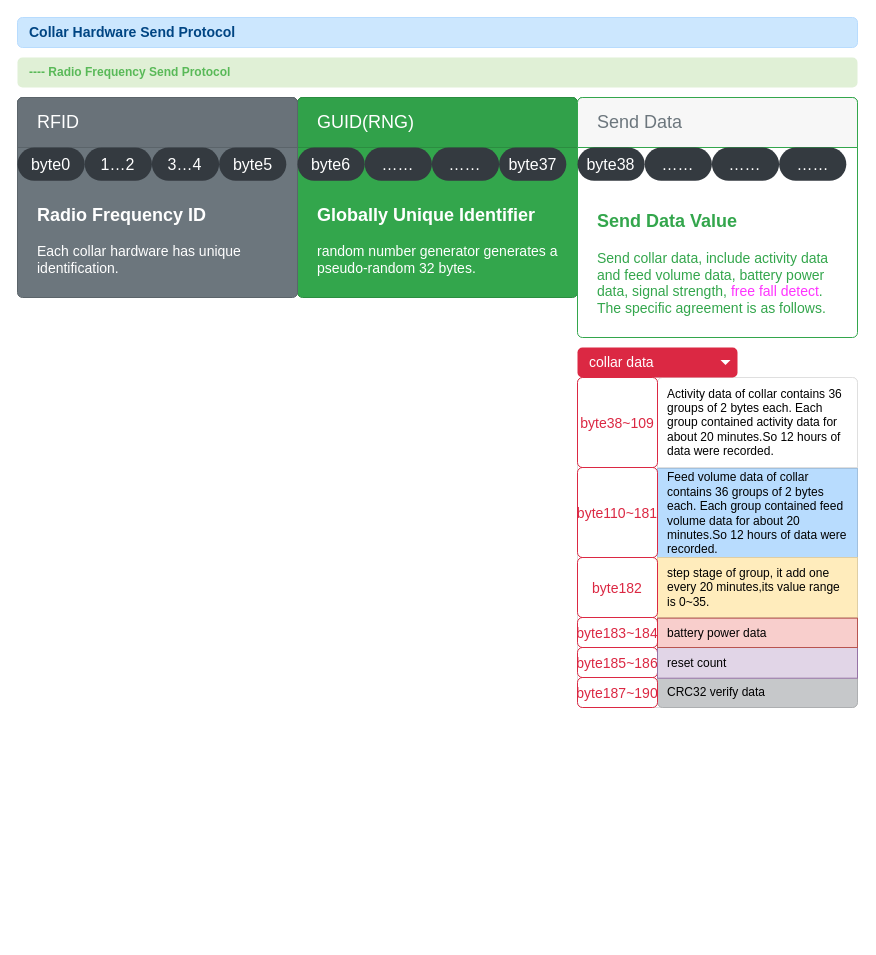
The draw.io diagram page "Collar Hardware Send Protocol" (3 of 5) of Doc/Hardware Protocol.drawio in phoenix9668/Collector, before the edit. Source tidied: cells renumbered, new cells numbered last; positions are measured from the earlier drawing's top-left corner, leaving out a move shared by most shapes. Both pictures are drawn from the tidied source at 100%, with x=0, y=0 at pixel (17, 17).
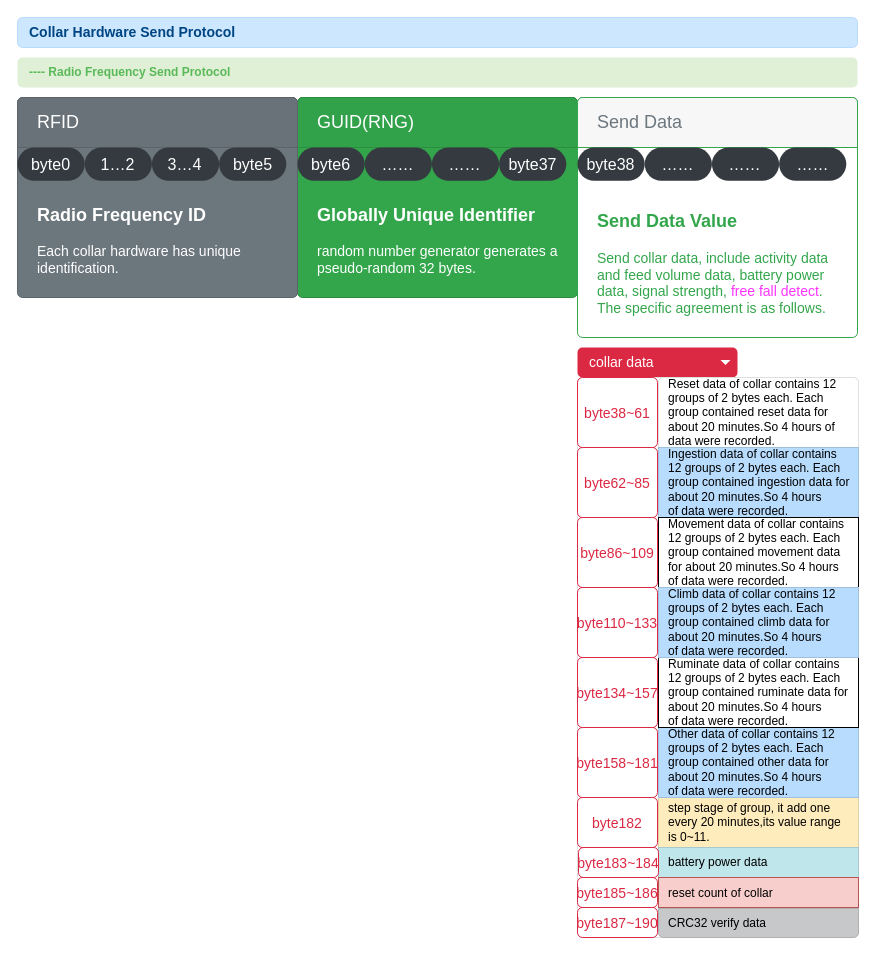
Above is the later version.

The edit, as a diff of the source:
```diff
@@
-    <mxCell id="21" style="html=1;shadow=0;dashed=0;shape=mxgraph.bootstrap.rrect;rSize=5;strokeColor=#DFDFDF;html=1;whiteSpace=wrap;fillColor=#FFFFFF;fontColor=#000000;" parent="1" vertex="1">
-      <mxGeometry x="560" y="360" width="280" height="330" as="geometry" />
-    </mxCell>
-    <mxCell id="22" value="Activity data&amp;nbsp;of collar contains 36 groups of 2 bytes each.&amp;nbsp;Each group contained activity data for about 20 minutes.So 12 hours of&amp;nbsp; data were recorded." style="strokeColor=inherit;fillColor=inherit;gradientColor=inherit;fontColor=inherit;html=1;shadow=0;dashed=0;shape=mxgraph.bootstrap.topButton;rSize=5;perimeter=none;whiteSpace=wrap;align=left;spacing=10;" parent="21" vertex="1">
-      <mxGeometry width="200" height="90" relative="1" as="geometry">
-        <mxPoint x="80" as="offset" />
-      </mxGeometry>
-    </mxCell>
-    <mxCell id="23" value="&lt;font color=&quot;#000000&quot;&gt;Feed volume&amp;nbsp;data&amp;nbsp;of collar contains 36 groups of 2 bytes each.&amp;nbsp;Each group contained&amp;nbsp;feed volume&amp;nbsp;data for about 20 minutes.So 12 hours of&amp;nbsp;data were recorded.&lt;/font&gt;" style="html=1;fillColor=#B8DCFE;strokeColor=#A1C0DE;fontColor=#004583;shadow=0;dashed=0;perimeter=none;whiteSpace=wrap;align=left;spacing=10;" parent="21" vertex="1">
-      <mxGeometry width="200" height="90" relative="1" as="geometry">
-        <mxPoint x="80" y="91" as="offset" />
-      </mxGeometry>
-    </mxCell>
-    <mxCell id="24" value="&lt;font color=&quot;#000000&quot;&gt;step stage of group, it add one every 20 minutes,its value range is 0~35.&lt;/font&gt;" style="html=1;fillColor=#FFECBC;strokeColor=#DFCEA4;fontColor=#856110;shadow=0;dashed=0;perimeter=none;whiteSpace=wrap;align=left;spacing=10;" parent="21" vertex="1">
-      <mxGeometry width="200" height="60" relative="1" as="geometry">
-        <mxPoint x="80" y="180" as="offset" />
-      </mxGeometry>
-    </mxCell>
-    <mxCell id="25" value="&lt;span style=&quot;color: rgb(0 , 0 , 0)&quot;&gt;CRC32 verify data&lt;/span&gt;" style="html=1;shadow=0;dashed=0;shape=mxgraph.bootstrap.bottomButton;fillColor=#C6C8CA;strokeColor=#ADAFB1;fontColor=#1B1E21;rSize=5;perimeter=none;whiteSpace=wrap;align=left;spacing=10;" parent="21" vertex="1">
-      <mxGeometry y="1" width="200" height="30" relative="1" as="geometry">
-        <mxPoint x="80" y="-30" as="offset" />
-      </mxGeometry>
-    </mxCell>
-    <mxCell id="26" value="&lt;font style=&quot;font-size: 14px&quot; color=&quot;#db2843&quot;&gt;byte38~109&lt;/font&gt;" style="html=1;shadow=0;dashed=0;shape=mxgraph.bootstrap.rrect;rSize=5;strokeColor=#DB2843;strokeWidth=1;fillColor=none;fontColor=#33A64C;whiteSpace=wrap;align=center;verticalAlign=middle;spacingLeft=0;fontStyle=0;fontSize=16;spacing=5;" parent="21" vertex="1">
-      <mxGeometry width="80" height="90" as="geometry" />
-    </mxCell>
-    <mxCell id="27" value="&lt;span style=&quot;color: rgb(219 , 40 , 67) ; font-size: 14px&quot;&gt;byte182&lt;/span&gt;" style="html=1;shadow=0;dashed=0;shape=mxgraph.bootstrap.rrect;rSize=5;strokeColor=#DB2843;strokeWidth=1;fillColor=none;fontColor=#33A64C;whiteSpace=wrap;align=center;verticalAlign=middle;spacingLeft=0;fontStyle=0;fontSize=16;spacing=5;" parent="21" vertex="1">
-      <mxGeometry y="180" width="80" height="60" as="geometry" />
-    </mxCell>
-    <mxCell id="28" value="&lt;span style=&quot;color: rgb(219 , 40 , 67) ; font-size: 14px&quot;&gt;byte185~186&lt;br&gt;&lt;/span&gt;" style="html=1;shadow=0;dashed=0;shape=mxgraph.bootstrap.rrect;rSize=5;strokeColor=#DB2843;strokeWidth=1;fillColor=none;fontColor=#33A64C;whiteSpace=wrap;align=center;verticalAlign=middle;spacingLeft=0;fontStyle=0;fontSize=16;spacing=5;" parent="21" vertex="1">
-      <mxGeometry y="270" width="80" height="30" as="geometry" />
-    </mxCell>
-    <mxCell id="29" value="&lt;font style=&quot;font-size: 14px&quot; color=&quot;#db2843&quot;&gt;byte110~181&lt;/font&gt;" style="html=1;shadow=0;dashed=0;shape=mxgraph.bootstrap.rrect;rSize=5;strokeColor=#DB2843;strokeWidth=1;fillColor=none;fontColor=#33A64C;whiteSpace=wrap;align=center;verticalAlign=middle;spacingLeft=0;fontStyle=0;fontSize=16;spacing=5;" parent="21" vertex="1">
-      <mxGeometry y="90" width="80" height="90" as="geometry" />
-    </mxCell>
-    <mxCell id="30" value="&lt;span style=&quot;color: rgb(0 , 0 , 0) ; font-size: 12px&quot;&gt;reset count&lt;/span&gt;" style="html=1;fillColor=#e1d5e7;strokeColor=#9673a6;shadow=0;dashed=0;perimeter=none;whiteSpace=wrap;align=left;spacing=10;fontSize=14;" parent="21" vertex="1">
-      <mxGeometry x="80" y="270" width="200" height="30.7" as="geometry" />
-    </mxCell>
-    <mxCell id="31" value="&lt;span style=&quot;color: rgb(219 , 40 , 67) ; font-size: 14px&quot;&gt;byte187~190&lt;br&gt;&lt;/span&gt;" style="html=1;shadow=0;dashed=0;shape=mxgraph.bootstrap.rrect;rSize=5;strokeColor=#DB2843;strokeWidth=1;fillColor=none;fontColor=#33A64C;whiteSpace=wrap;align=center;verticalAlign=middle;spacingLeft=0;fontStyle=0;fontSize=16;spacing=5;" parent="21" vertex="1">
-      <mxGeometry y="300" width="80" height="30" as="geometry" />
-    </mxCell>
-    <mxCell id="32" value="&lt;span style=&quot;color: rgb(0 , 0 , 0) ; font-size: 12px&quot;&gt;battery power data&lt;/span&gt;" style="html=1;fillColor=#f8cecc;strokeColor=#b85450;shadow=0;dashed=0;perimeter=none;whiteSpace=wrap;align=left;spacing=10;fontSize=14;" parent="21" vertex="1">
-      <mxGeometry x="80" y="240.7" width="200" height="29.3" as="geometry" />
-    </mxCell>
-    <mxCell id="33" value="&lt;span style=&quot;color: rgb(219 , 40 , 67) ; font-size: 14px&quot;&gt;byte183~184&lt;br&gt;&lt;/span&gt;" style="html=1;shadow=0;dashed=0;shape=mxgraph.bootstrap.rrect;rSize=5;strokeColor=#DB2843;strokeWidth=1;fillColor=none;fontColor=#33A64C;whiteSpace=wrap;align=center;verticalAlign=middle;spacingLeft=0;fontStyle=0;fontSize=16;spacing=5;" parent="21" vertex="1">
-      <mxGeometry y="240" width="80" height="30" as="geometry" />
-    </mxCell>
@@
+    <mxCell id="37" style="html=1;shadow=0;dashed=0;shape=mxgraph.bootstrap.rrect;rSize=5;strokeColor=#DFDFDF;html=1;whiteSpace=wrap;fillColor=#FFFFFF;fontColor=#000000;" parent="1" vertex="1">
+      <mxGeometry x="560" y="360" width="281" height="560" as="geometry" />
+    </mxCell>
+    <mxCell id="38" value="Reset data&amp;nbsp;of collar contains 12 groups of 2 bytes each.&amp;nbsp;Each group contained reset data for about 20 minutes.So 4 hours of&amp;nbsp; data were recorded." style="strokeColor=inherit;fillColor=inherit;gradientColor=inherit;fontColor=inherit;html=1;shadow=0;dashed=0;shape=mxgraph.bootstrap.topButton;rSize=5;perimeter=none;whiteSpace=wrap;align=left;spacing=10;" parent="37" vertex="1">
+      <mxGeometry width="200" height="70" relative="1" as="geometry">
+        <mxPoint x="81" as="offset" />
+      </mxGeometry>
+    </mxCell>
+    <mxCell id="39" value="&lt;font color=&quot;#000000&quot;&gt;Ingestion data&amp;nbsp;of collar contains 12 groups of 2 bytes each.&amp;nbsp;Each group contained ingestion data for about 20 minutes.So 4 hours of&amp;nbsp;data were recorded.&lt;/font&gt;" style="html=1;fillColor=#B8DCFE;strokeColor=#A1C0DE;fontColor=#004583;shadow=0;dashed=0;perimeter=none;whiteSpace=wrap;align=left;spacing=10;" parent="37" vertex="1">
+      <mxGeometry width="200" height="70" relative="1" as="geometry">
+        <mxPoint x="81" y="70" as="offset" />
+      </mxGeometry>
+    </mxCell>
+    <mxCell id="40" value="&lt;font color=&quot;#000000&quot;&gt;step stage of group, it add one every 20 minutes,its value range is 0~11.&lt;/font&gt;" style="html=1;fillColor=#FFECBC;strokeColor=#DFCEA4;fontColor=#856110;shadow=0;dashed=0;perimeter=none;whiteSpace=wrap;align=left;spacing=10;" parent="37" vertex="1">
+      <mxGeometry width="200" height="50" relative="1" as="geometry">
+        <mxPoint x="81" y="420" as="offset" />
+      </mxGeometry>
+    </mxCell>
+    <mxCell id="32" value="&lt;span style=&quot;color: rgb(0 , 0 , 0)&quot;&gt;battery power data&lt;/span&gt;" style="html=1;fillColor=#BFE6EB;strokeColor=#A7C9CE;fontColor=#0E5560;shadow=0;dashed=0;perimeter=none;whiteSpace=wrap;align=left;spacing=10;" parent="37" vertex="1">
+      <mxGeometry width="200" height="30" relative="1" as="geometry">
+        <mxPoint x="81" y="470" as="offset" />
+      </mxGeometry>
+    </mxCell>
+    <mxCell id="25" value="&lt;span style=&quot;color: rgb(0 , 0 , 0)&quot;&gt;CRC32 verify data&lt;/span&gt;" style="html=1;shadow=0;dashed=0;shape=mxgraph.bootstrap.bottomButton;fillColor=#C6C8CA;strokeColor=#ADAFB1;fontColor=#1B1E21;rSize=5;perimeter=none;whiteSpace=wrap;align=left;spacing=10;" parent="37" vertex="1">
+      <mxGeometry y="1" width="200" height="29" relative="1" as="geometry">
+        <mxPoint x="81" y="-29" as="offset" />
+      </mxGeometry>
+    </mxCell>
+    <mxCell id="41" value="&lt;font color=&quot;#000000&quot;&gt;Other data&amp;nbsp;of collar contains 12 groups of 2 bytes each.&amp;nbsp;Each group contained other data for about 20 minutes.So 4 hours of&amp;nbsp;data were recorded.&lt;/font&gt;" style="html=1;fillColor=#B8DCFE;strokeColor=#A1C0DE;fontColor=#004583;shadow=0;dashed=0;perimeter=none;whiteSpace=wrap;align=left;spacing=10;" parent="37" vertex="1">
+      <mxGeometry x="81" y="350" width="200" height="70" as="geometry" />
+    </mxCell>
+    <mxCell id="42" value="&lt;span style=&quot;color: rgb(0 , 0 , 0) ; font-size: 12px&quot;&gt;reset count of collar&lt;/span&gt;" style="html=1;fillColor=#f8cecc;strokeColor=#b85450;shadow=0;dashed=0;perimeter=none;whiteSpace=wrap;align=left;spacing=10;fontSize=14;" parent="37" vertex="1">
+      <mxGeometry x="81" y="500" width="200" height="30" as="geometry" />
+    </mxCell>
+    <mxCell id="43" value="&lt;font color=&quot;#000000&quot;&gt;Movement data&amp;nbsp;of collar contains 12 groups of 2 bytes each.&amp;nbsp;Each group contained movement data for about 20 minutes.So 4 hours of&amp;nbsp;data were recorded.&lt;/font&gt;" style="html=1;shadow=0;dashed=0;perimeter=none;whiteSpace=wrap;align=left;spacing=10;" parent="37" vertex="1">
+      <mxGeometry x="81" y="140" width="200" height="70" as="geometry" />
+    </mxCell>
+    <mxCell id="44" value="&lt;font color=&quot;#000000&quot;&gt;Ruminate data&amp;nbsp;of collar contains 12 groups of 2 bytes each.&amp;nbsp;Each group contained ruminate data for about 20 minutes.So 4 hours of&amp;nbsp;data were recorded.&lt;/font&gt;" style="html=1;shadow=0;dashed=0;perimeter=none;whiteSpace=wrap;align=left;spacing=10;" parent="37" vertex="1">
+      <mxGeometry x="81" y="280" width="200" height="70" as="geometry" />
+    </mxCell>
+    <mxCell id="45" value="&lt;font color=&quot;#000000&quot;&gt;Climb data&amp;nbsp;of collar contains 12 groups of 2 bytes each.&amp;nbsp;Each group contained climb data for about 20 minutes.So 4 hours of&amp;nbsp;data were recorded.&lt;/font&gt;" style="html=1;fillColor=#B8DCFE;strokeColor=#A1C0DE;fontColor=#004583;shadow=0;dashed=0;perimeter=none;whiteSpace=wrap;align=left;spacing=10;" parent="37" vertex="1">
+      <mxGeometry x="81" y="210" width="200" height="70" as="geometry" />
+    </mxCell>
+    <mxCell id="46" value="&lt;font style=&quot;font-size: 14px&quot; color=&quot;#db2843&quot;&gt;byte38~61&lt;/font&gt;" style="html=1;shadow=0;dashed=0;shape=mxgraph.bootstrap.rrect;rSize=5;strokeColor=#DB2843;strokeWidth=1;fillColor=none;fontColor=#33A64C;whiteSpace=wrap;align=center;verticalAlign=middle;spacingLeft=0;fontStyle=0;fontSize=16;spacing=5;" parent="37" vertex="1">
+      <mxGeometry width="80" height="70" as="geometry" />
+    </mxCell>
+    <mxCell id="27" value="&lt;span style=&quot;color: rgb(219 , 40 , 67) ; font-size: 14px&quot;&gt;byte182&lt;/span&gt;" style="html=1;shadow=0;dashed=0;shape=mxgraph.bootstrap.rrect;rSize=5;strokeColor=#DB2843;strokeWidth=1;fillColor=none;fontColor=#33A64C;whiteSpace=wrap;align=center;verticalAlign=middle;spacingLeft=0;fontStyle=0;fontSize=16;spacing=5;" parent="37" vertex="1">
+      <mxGeometry y="420" width="80" height="50" as="geometry" />
+    </mxCell>
+    <mxCell id="33" value="&lt;span style=&quot;color: rgb(219 , 40 , 67) ; font-size: 14px&quot;&gt;byte183~184&lt;/span&gt;" style="html=1;shadow=0;dashed=0;shape=mxgraph.bootstrap.rrect;rSize=5;strokeColor=#DB2843;strokeWidth=1;fillColor=none;fontColor=#33A64C;whiteSpace=wrap;align=center;verticalAlign=middle;spacingLeft=0;fontStyle=0;fontSize=16;spacing=5;" parent="37" vertex="1">
+      <mxGeometry x="1" y="470" width="80" height="30" as="geometry" />
+    </mxCell>
+    <mxCell id="31" value="&lt;span style=&quot;color: rgb(219 , 40 , 67) ; font-size: 14px&quot;&gt;byte187~190&lt;/span&gt;" style="html=1;shadow=0;dashed=0;shape=mxgraph.bootstrap.rrect;rSize=5;strokeColor=#DB2843;strokeWidth=1;fillColor=none;fontColor=#33A64C;whiteSpace=wrap;align=center;verticalAlign=middle;spacingLeft=0;fontStyle=0;fontSize=16;spacing=5;" parent="37" vertex="1">
+      <mxGeometry y="530" width="80" height="30" as="geometry" />
+    </mxCell>
+    <mxCell id="47" value="&lt;font style=&quot;font-size: 14px&quot; color=&quot;#db2843&quot;&gt;byte62~85&lt;/font&gt;" style="html=1;shadow=0;dashed=0;shape=mxgraph.bootstrap.rrect;rSize=5;strokeColor=#DB2843;strokeWidth=1;fillColor=none;fontColor=#33A64C;whiteSpace=wrap;align=center;verticalAlign=middle;spacingLeft=0;fontStyle=0;fontSize=16;spacing=5;" parent="37" vertex="1">
+      <mxGeometry y="70" width="80" height="70" as="geometry" />
+    </mxCell>
+    <mxCell id="28" value="&lt;span style=&quot;color: rgb(219 , 40 , 67) ; font-size: 14px&quot;&gt;byte185~186&lt;br&gt;&lt;/span&gt;" style="html=1;shadow=0;dashed=0;shape=mxgraph.bootstrap.rrect;rSize=5;strokeColor=#DB2843;strokeWidth=1;fillColor=none;fontColor=#33A64C;whiteSpace=wrap;align=center;verticalAlign=middle;spacingLeft=0;fontStyle=0;fontSize=16;spacing=5;" parent="37" vertex="1">
+      <mxGeometry y="500" width="80" height="30" as="geometry" />
+    </mxCell>
+    <mxCell id="48" value="&lt;font style=&quot;font-size: 14px&quot; color=&quot;#db2843&quot;&gt;byte86~109&lt;/font&gt;" style="html=1;shadow=0;dashed=0;shape=mxgraph.bootstrap.rrect;rSize=5;strokeColor=#DB2843;strokeWidth=1;fillColor=none;fontColor=#33A64C;whiteSpace=wrap;align=center;verticalAlign=middle;spacingLeft=0;fontStyle=0;fontSize=16;spacing=5;" parent="37" vertex="1">
+      <mxGeometry y="140" width="80" height="70" as="geometry" />
+    </mxCell>
+    <mxCell id="49" value="&lt;font style=&quot;font-size: 14px&quot; color=&quot;#db2843&quot;&gt;byte134~157&lt;/font&gt;" style="html=1;shadow=0;dashed=0;shape=mxgraph.bootstrap.rrect;rSize=5;strokeColor=#DB2843;strokeWidth=1;fillColor=none;fontColor=#33A64C;whiteSpace=wrap;align=center;verticalAlign=middle;spacingLeft=0;fontStyle=0;fontSize=16;spacing=5;" parent="37" vertex="1">
+      <mxGeometry y="280" width="80" height="70" as="geometry" />
+    </mxCell>
+    <mxCell id="50" value="&lt;font style=&quot;font-size: 14px&quot; color=&quot;#db2843&quot;&gt;byte158~181&lt;br&gt;&lt;/font&gt;" style="html=1;shadow=0;dashed=0;shape=mxgraph.bootstrap.rrect;rSize=5;strokeColor=#DB2843;strokeWidth=1;fillColor=none;fontColor=#33A64C;whiteSpace=wrap;align=center;verticalAlign=middle;spacingLeft=0;fontStyle=0;fontSize=16;spacing=5;" parent="37" vertex="1">
+      <mxGeometry y="350" width="80" height="70" as="geometry" />
+    </mxCell>
+    <mxCell id="51" value="&lt;font style=&quot;font-size: 14px&quot; color=&quot;#db2843&quot;&gt;byte110~133&lt;/font&gt;" style="html=1;shadow=0;dashed=0;shape=mxgraph.bootstrap.rrect;rSize=5;strokeColor=#DB2843;strokeWidth=1;fillColor=none;fontColor=#33A64C;whiteSpace=wrap;align=center;verticalAlign=middle;spacingLeft=0;fontStyle=0;fontSize=16;spacing=5;" parent="37" vertex="1">
+      <mxGeometry y="210" width="80" height="70" as="geometry" />
+    </mxCell>
```
